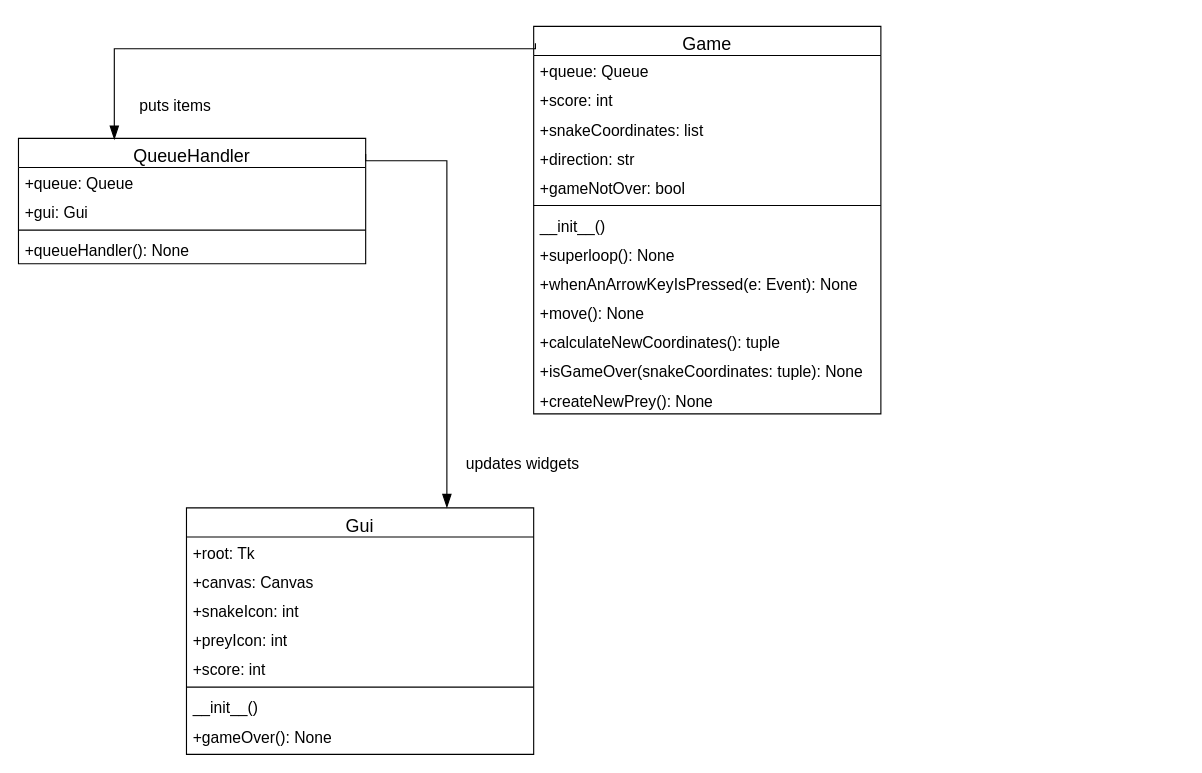
Dipto9999/TCP_Chat_Application keeps this draw.io diagram as page "Part_1_ClassDiagrams" (1 of 2) of Documentation/Diagrams.drawio. Above is the earlier version. Source tidied: cells renumbered, new cells numbered last; positions are measured from the earlier drawing's top-left corner, leaving out a move shared by most shapes. Both pictures are drawn from the tidied source at 112%, with x=0, y=0 at pixel (18, 26).
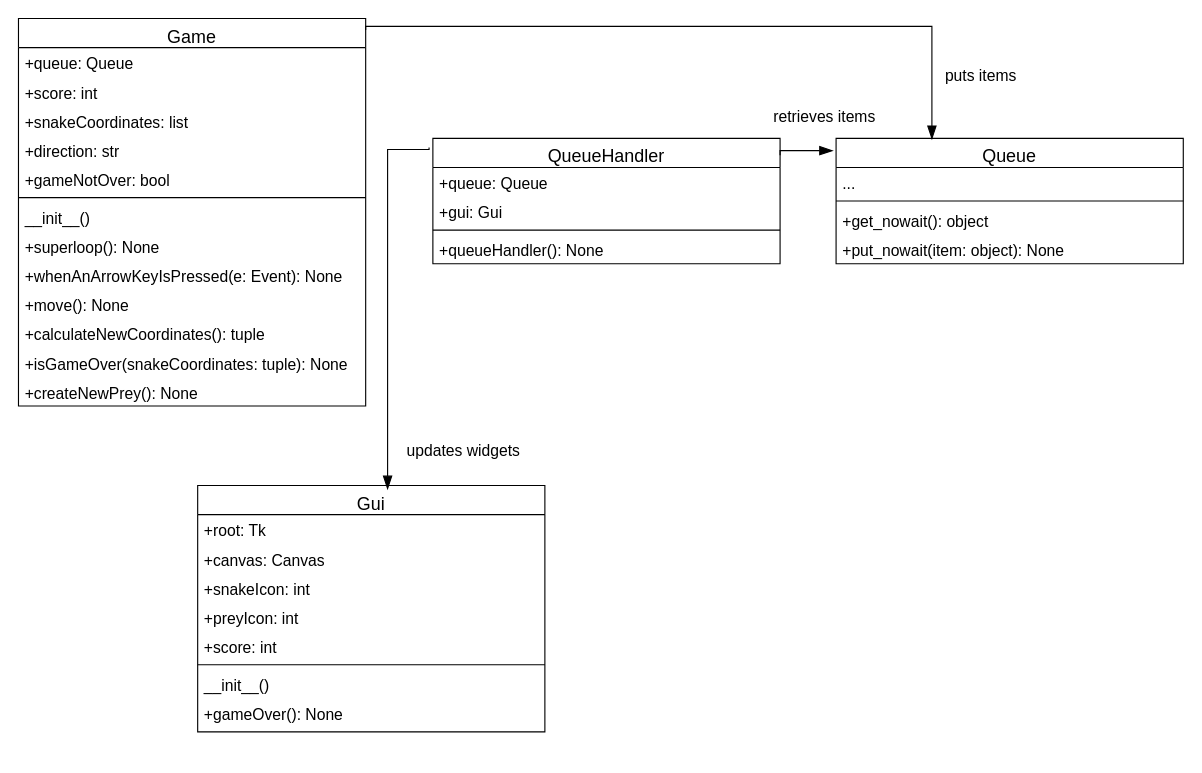
Above is the later version.

Diff of the diagram source:
```diff
@@
     <mxCell id="2" value="Gui" style="swimlane;fontStyle=0;align=center;verticalAlign=top;horizontal=1;startSize=26;rounded=0;shadow=0;strokeWidth=1;fontSize=16;" parent="1" vertex="1">
-      <mxGeometry x="150" y="430" width="310" height="220" as="geometry" />
+      <mxGeometry x="160" y="410" width="310" height="220" as="geometry" />
     </mxCell>
@@
-    <mxCell id="11" value="QueueHandler" style="swimlane;fontStyle=0;align=center;verticalAlign=top;horizontal=1;startSize=26;rounded=0;shadow=0;strokeWidth=1;fontSize=16;" parent="1" vertex="1">
-      <mxGeometry y="100" width="310" height="112" as="geometry" />
+    <mxCell id="11" value="Queue" style="swimlane;fontStyle=0;align=center;verticalAlign=top;horizontal=1;startSize=26;rounded=0;shadow=0;strokeWidth=1;fontSize=16;" parent="1" vertex="1">
+      <mxGeometry x="730" y="100" width="310" height="112" as="geometry" />
     </mxCell>
-    <mxCell id="12" value="+queue: Queue&#10;" style="text;align=left;verticalAlign=top;spacingLeft=4;spacingRight=4;overflow=hidden;fontSize=14;" parent="11" vertex="1">
-      <mxGeometry y="26" width="310" height="26" as="geometry" />
-    </mxCell>
-    <mxCell id="13" value="+gui: Gui" style="text;align=left;verticalAlign=top;spacingLeft=4;spacingRight=4;overflow=hidden;fontSize=14;" parent="11" vertex="1">
-      <mxGeometry y="52" width="310" height="26" as="geometry" />
+    <mxCell id="13" value="..." style="text;align=left;verticalAlign=top;spacingLeft=4;spacingRight=4;overflow=hidden;fontSize=14;" parent="11" vertex="1">
+      <mxGeometry y="26" width="310" height="26" as="geometry" />
     </mxCell>
     <mxCell id="14" style="line;html=1;strokeWidth=1;align=left;verticalAlign=middle;spacingTop=-1;spacingLeft=3;spacingRight=3;labelPosition=right;" parent="11" vertex="1">
-      <mxGeometry y="78" width="310" height="8" as="geometry" />
+      <mxGeometry y="52" width="310" height="8" as="geometry" />
     </mxCell>
-    <mxCell id="15" value="+queueHandler(): None" style="text;align=left;verticalAlign=top;spacingLeft=4;spacingRight=4;overflow=hidden;fontSize=14;" parent="11" vertex="1">
-      <mxGeometry y="86" width="310" height="26" as="geometry" />
+    <mxCell id="15" value="+get_nowait(): object" style="text;align=left;verticalAlign=top;spacingLeft=4;spacingRight=4;overflow=hidden;fontSize=14;" parent="11" vertex="1">
+      <mxGeometry y="60" width="310" height="26" as="geometry" />
     </mxCell>
+    <mxCell id="32" value="+put_nowait(item: object): None " style="text;align=left;verticalAlign=top;spacingLeft=4;spacingRight=4;overflow=hidden;fontSize=14;" parent="11" vertex="1">
+      <mxGeometry y="86" width="310" height="26" as="geometry" />
+    </mxCell>
     <mxCell id="16" value="Game" style="swimlane;fontStyle=0;align=center;verticalAlign=top;horizontal=1;startSize=26;rounded=0;shadow=0;strokeWidth=1;fontSize=16;" parent="1" vertex="1">
-      <mxGeometry x="460" width="310" height="346" as="geometry" />
+      <mxGeometry y="-7" width="310" height="346" as="geometry" />
     </mxCell>
@@
-    <mxCell id="30" value="updates widgets" style="endArrow=blockThin;endSize=10;endFill=1;shadow=0;strokeWidth=1;rounded=0;curved=0;edgeStyle=elbowEdgeStyle;elbow=vertical;fontSize=14;exitX=1;exitY=0.124;exitDx=0;exitDy=0;exitPerimeter=0;entryX=0.75;entryY=0;entryDx=0;entryDy=0;" parent="1" edge="1" source="11" target="2">
+    <mxCell id="30" value="updates widgets" style="endArrow=blockThin;endSize=10;endFill=1;shadow=0;strokeWidth=1;rounded=0;curved=0;edgeStyle=elbowEdgeStyle;elbow=vertical;fontSize=14;exitX=-0.011;exitY=0.074;exitDx=0;exitDy=0;exitPerimeter=0;entryX=0.547;entryY=0.017;entryDx=0;entryDy=0;entryPerimeter=0;" parent="1" edge="1" source="33" target="2">
       <mxGeometry x="0.79" y="68" relative="1" as="geometry">
         <Array as="points">
-          <mxPoint x="370" y="120" />
+          <mxPoint x="350" y="110" />
         </Array>
       </mxGeometry>
     </mxCell>
-    <mxCell id="31" value="puts items" style="endArrow=blockThin;endSize=10;endFill=1;shadow=0;strokeWidth=1;rounded=0;curved=0;edgeStyle=elbowEdgeStyle;elbow=vertical;fontSize=14;exitX=0.005;exitY=0.044;exitDx=0;exitDy=0;exitPerimeter=0;entryX=0.276;entryY=0.011;entryDx=0;entryDy=0;entryPerimeter=0;" parent="1" edge="1" source="16" target="11">
-      <mxGeometry x="0.41" y="50" relative="1" as="geometry">
+    <mxCell id="31" value="puts items" style="endArrow=blockThin;endSize=10;endFill=1;shadow=0;strokeWidth=1;rounded=0;curved=0;edgeStyle=elbowEdgeStyle;elbow=vertical;fontSize=14;exitX=1;exitY=0.03;exitDx=0;exitDy=0;exitPerimeter=0;entryX=0.276;entryY=0.011;entryDx=0;entryDy=0;entryPerimeter=0;" parent="1" edge="1" source="16" target="11">
+      <mxGeometry x="0.81" y="44" relative="1" as="geometry">
         <Array as="points">
-          <mxPoint x="140" y="20" />
+          <mxPoint x="470" />
         </Array>
       </mxGeometry>
     </mxCell>
+    <mxCell id="33" value="QueueHandler" style="swimlane;fontStyle=0;align=center;verticalAlign=top;horizontal=1;startSize=26;rounded=0;shadow=0;strokeWidth=1;fontSize=16;" parent="1" vertex="1">
+      <mxGeometry x="370" y="100" width="310" height="112" as="geometry" />
+    </mxCell>
+    <mxCell id="12" value="+queue: Queue&#10;" style="text;align=left;verticalAlign=top;spacingLeft=4;spacingRight=4;overflow=hidden;fontSize=14;" parent="33" vertex="1">
+      <mxGeometry y="26" width="310" height="26" as="geometry" />
+    </mxCell>
+    <mxCell id="34" value="+gui: Gui" style="text;align=left;verticalAlign=top;spacingLeft=4;spacingRight=4;overflow=hidden;fontSize=14;" parent="33" vertex="1">
+      <mxGeometry y="52" width="310" height="26" as="geometry" />
+    </mxCell>
+    <mxCell id="35" style="line;html=1;strokeWidth=1;align=left;verticalAlign=middle;spacingTop=-1;spacingLeft=3;spacingRight=3;labelPosition=right;" parent="33" vertex="1">
+      <mxGeometry y="78" width="310" height="8" as="geometry" />
+    </mxCell>
+    <mxCell id="36" value="+queueHandler(): None" style="text;align=left;verticalAlign=top;spacingLeft=4;spacingRight=4;overflow=hidden;fontSize=14;" parent="33" vertex="1">
+      <mxGeometry y="86" width="310" height="26" as="geometry" />
+    </mxCell>
+    <mxCell id="37" value="retrieves items" style="endArrow=blockThin;endSize=10;endFill=1;shadow=0;strokeWidth=1;rounded=0;curved=0;edgeStyle=elbowEdgeStyle;elbow=vertical;fontSize=14;entryX=-0.008;entryY=0.097;entryDx=0;entryDy=0;entryPerimeter=0;exitX=1;exitY=0.134;exitDx=0;exitDy=0;exitPerimeter=0;" parent="1" edge="1" source="33" target="11">
+      <mxGeometry x="0.7" y="31" relative="1" as="geometry">
+        <Array as="points">
+          <mxPoint x="710" y="111" />
+        </Array>
+      </mxGeometry>
+    </mxCell>
```
